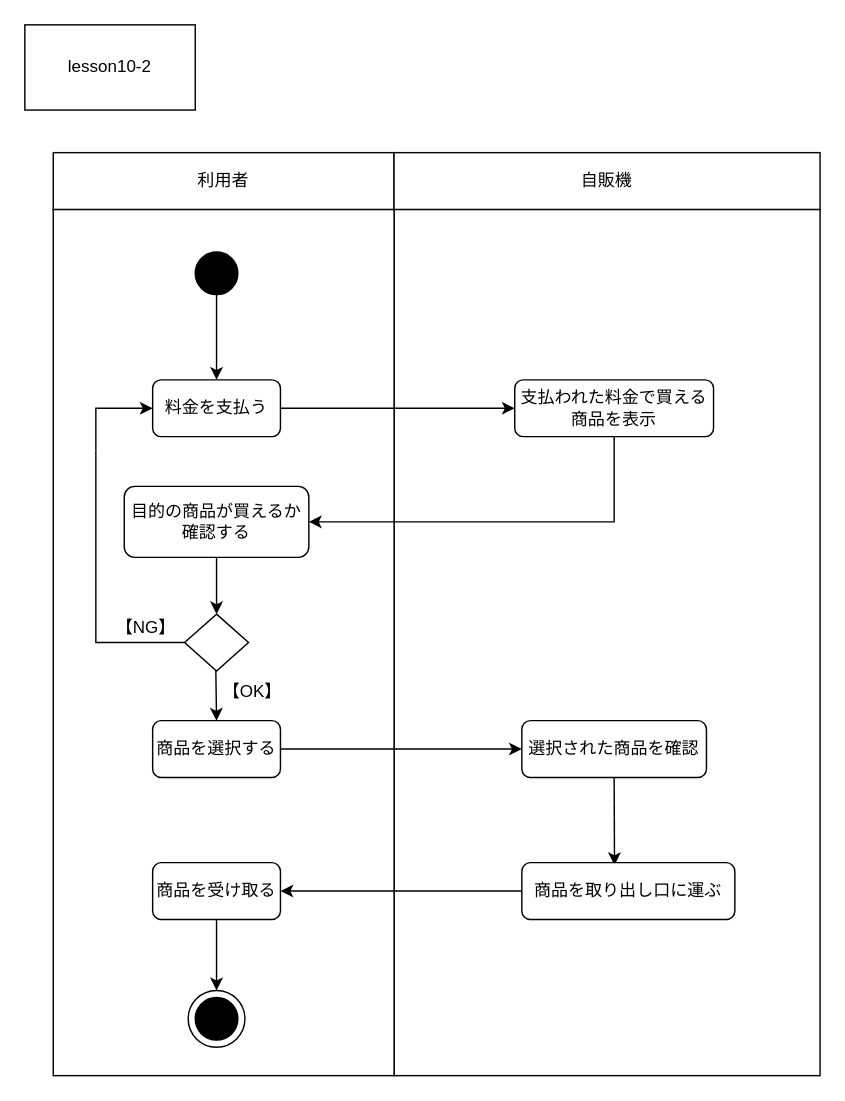
hirutashougo/UML_introduction keeps this draw.io diagram as lesson10/10-2.drawio. Above is the earlier version. Source tidied: cells renumbered, new cells numbered last; positions are measured from the earlier drawing's top-left corner, leaving out a move shared by most shapes. Both pictures are drawn from the tidied source at 142%, with x=0, y=0 at pixel (24, 24).
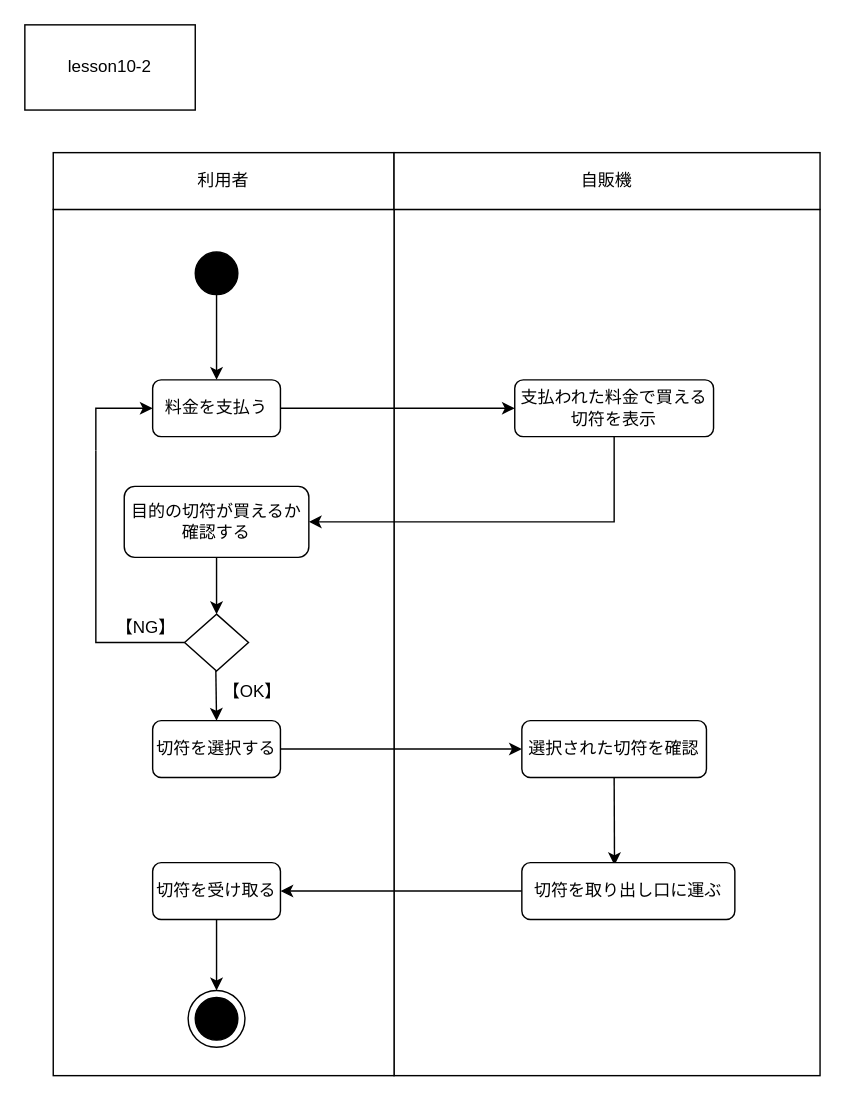
The same page after the edit.

What changed in the source:
```diff
@@
-    <mxCell id="10" value="商品を選択する" style="rounded=1;whiteSpace=wrap;html=1;" parent="1" vertex="1">
+    <mxCell id="10" value="切符を選択する" style="rounded=1;whiteSpace=wrap;html=1;" parent="1" vertex="1">
       <mxGeometry x="90" y="490" width="90" height="40" as="geometry" />
     </mxCell>
@@
-    <mxCell id="12" value="商品を受け取る" style="rounded=1;whiteSpace=wrap;html=1;" parent="1" vertex="1">
+    <mxCell id="12" value="切符を受け取る" style="rounded=1;whiteSpace=wrap;html=1;" parent="1" vertex="1">
       <mxGeometry x="90" y="590" width="90" height="40" as="geometry" />
     </mxCell>
@@
-    <mxCell id="15" value="選択された商品を確認" style="rounded=1;whiteSpace=wrap;html=1;" parent="1" vertex="1">
+    <mxCell id="15" value="選択された切符を確認" style="rounded=1;whiteSpace=wrap;html=1;" parent="1" vertex="1">
       <mxGeometry x="350" y="490" width="130" height="40" as="geometry" />
     </mxCell>
@@
-    <mxCell id="17" value="商品を取り出し口に運ぶ" style="rounded=1;whiteSpace=wrap;html=1;" parent="1" vertex="1">
+    <mxCell id="17" value="切符を取り出し口に運ぶ" style="rounded=1;whiteSpace=wrap;html=1;" parent="1" vertex="1">
       <mxGeometry x="350" y="590" width="150" height="40" as="geometry" />
     </mxCell>
-    <mxCell id="18" value="支払われた料金で買える商品を表示" style="rounded=1;whiteSpace=wrap;html=1;" parent="1" vertex="1">
+    <mxCell id="18" value="支払われた料金で買える切符を表示" style="rounded=1;whiteSpace=wrap;html=1;" parent="1" vertex="1">
       <mxGeometry x="345" y="250" width="140" height="40" as="geometry" />
     </mxCell>
@@
-    <mxCell id="21" value="目的の商品が買えるか確認する" style="rounded=1;whiteSpace=wrap;html=1;" parent="1" vertex="1">
+    <mxCell id="21" value="目的の切符が買えるか確認する" style="rounded=1;whiteSpace=wrap;html=1;" parent="1" vertex="1">
       <mxGeometry x="70" y="325" width="130" height="50" as="geometry" />
     </mxCell>
```
